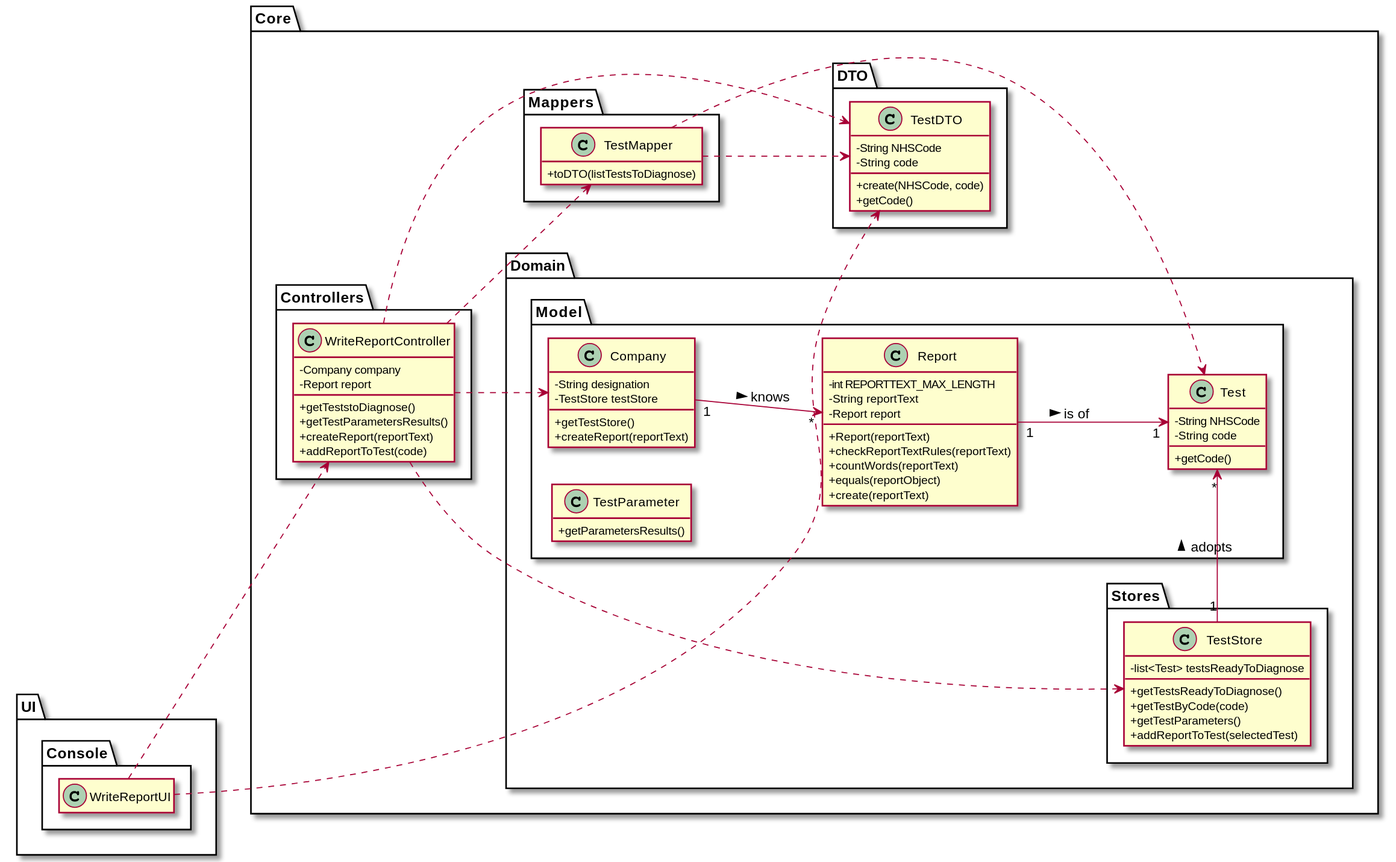
Before: docs/SprintC/US_14/US014_CD.svg, a diagram exported from PlantUML (ana-albergaria/LAPR2-ISEP).
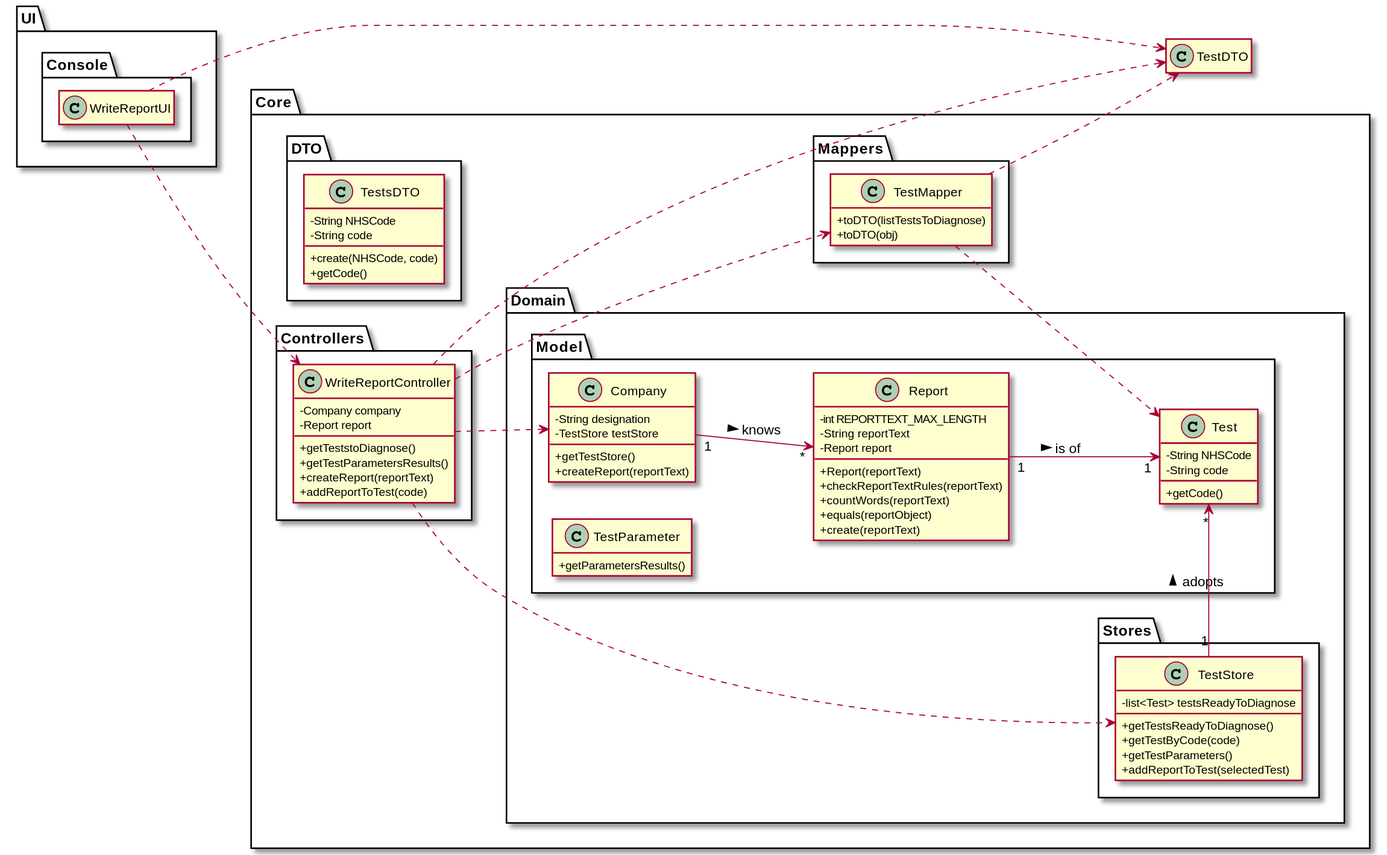
The same diagram one commit later.

Diff of the diagram source:
```diff
@@ -58,13 +58,14 @@
 
 class TestMapper {
     +toDTO(listTestsToDiagnose)
+    +toDTO(obj)
 }
 
 }
 
 package DTO {
 
-class TestDTO {
+class TestsDTO {
     -String NHSCode
     -String code
     +create(NHSCode, code)
```
